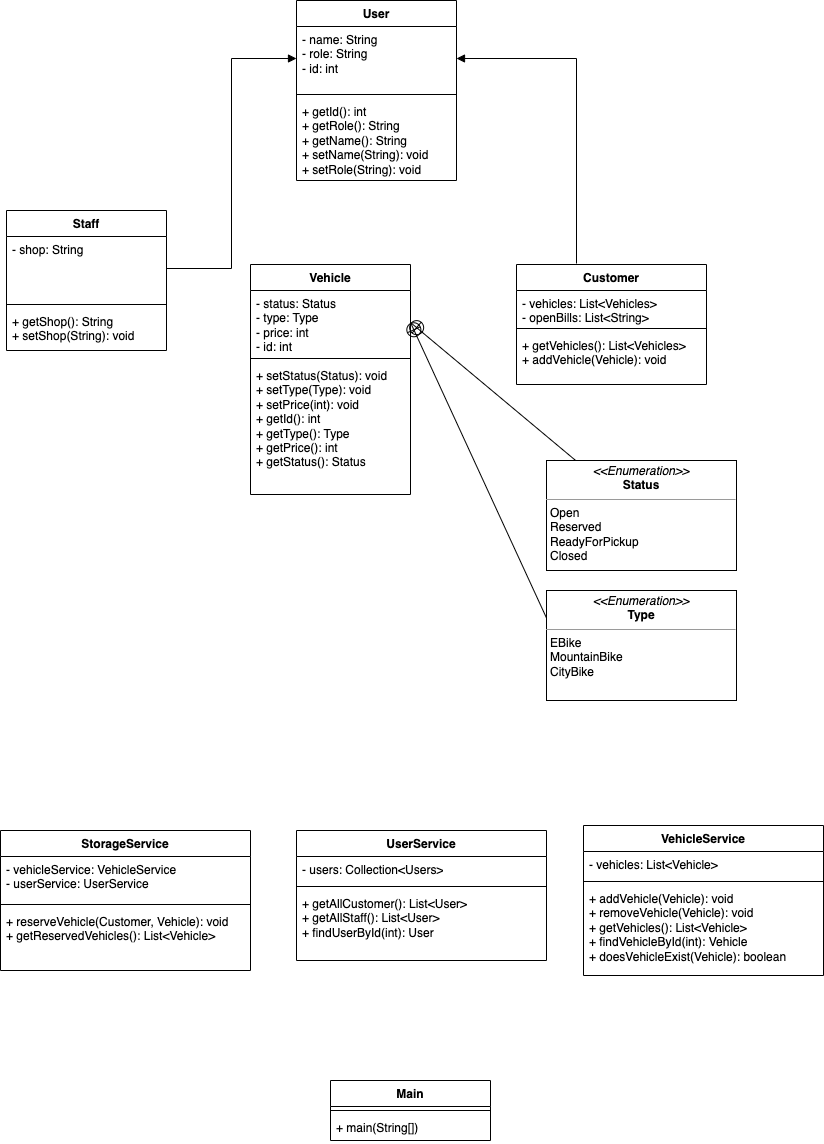
This is JuventusVeloShop.drawio.png from flaver12/Juventus_VeloShop, a draw.io export, as it was before one commit. Source tidied: cells renumbered, new cells last; positions are measured from the earlier drawing's top-left corner, leaving out a move shared by most shapes.
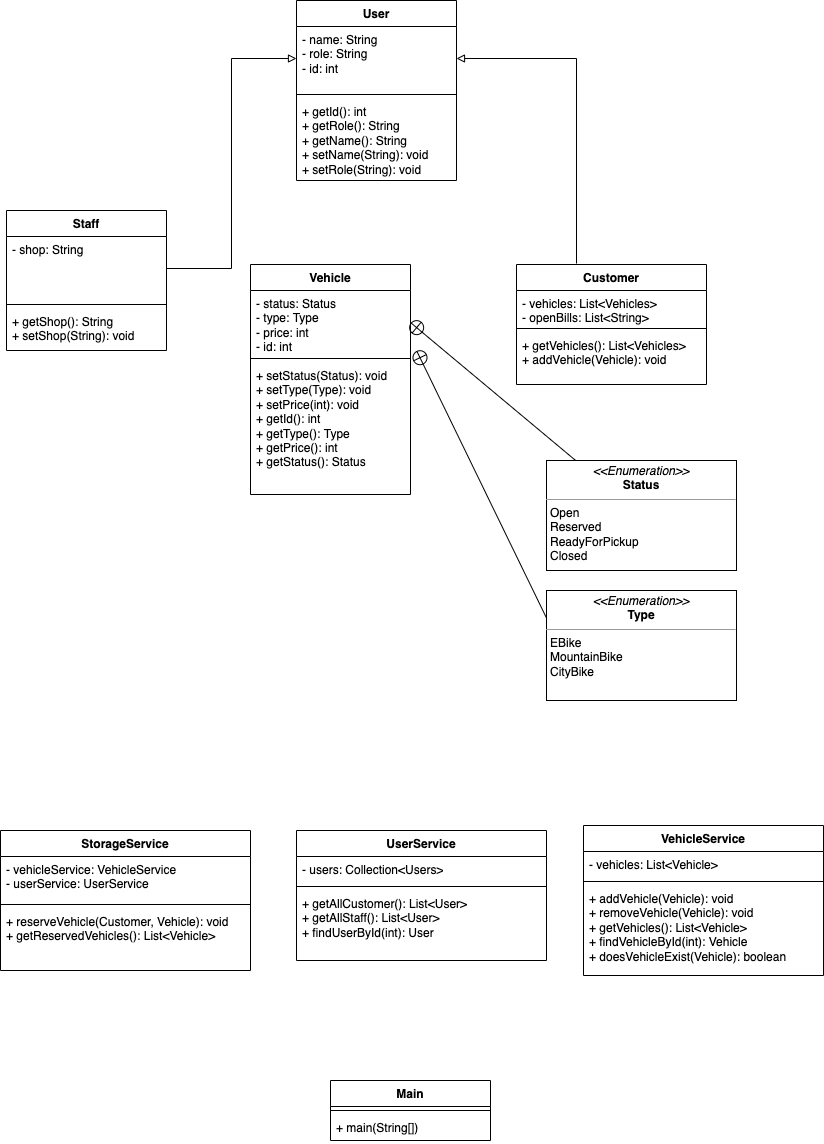
The same diagram one commit later.

What changed in the source:
```diff
@@ -26,10 +26,10 @@
     <mxCell id="9" value="+ getShop(): String&lt;br&gt;+ setShop(String): void" style="text;strokeColor=none;fillColor=none;align=left;verticalAlign=top;spacingLeft=4;spacingRight=4;overflow=hidden;whiteSpace=wrap;html=1;" parent="6" vertex="1">
       <mxGeometry y="98" width="160" height="42" as="geometry" />
     </mxCell>
-    <mxCell id="10" style="edgeStyle=orthogonalEdgeStyle;rounded=0;jettySize=auto;html=1;exitX=1;exitY=0.5;exitDx=0;exitDy=0;entryX=0;entryY=0.5;entryDx=0;entryDy=0;endArrow=block;endFill=1;" parent="1" edge="1" source="7" target="3">
+    <mxCell id="10" style="edgeStyle=orthogonalEdgeStyle;rounded=0;jettySize=auto;html=1;exitX=1;exitY=0.5;exitDx=0;exitDy=0;entryX=0;entryY=0.5;entryDx=0;entryDy=0;endArrow=block;endFill=0;" parent="1" edge="1" source="7" target="3">
       <mxGeometry relative="1" as="geometry" />
     </mxCell>
-    <mxCell id="11" style="edgeStyle=orthogonalEdgeStyle;rounded=0;jettySize=auto;html=1;exitX=0;exitY=0.5;exitDx=0;exitDy=0;entryX=1;entryY=0.5;entryDx=0;entryDy=0;endArrow=block;endFill=1;" parent="1" edge="1" target="3">
+    <mxCell id="11" style="edgeStyle=orthogonalEdgeStyle;rounded=0;jettySize=auto;html=1;exitX=0;exitY=0.5;exitDx=0;exitDy=0;entryX=1;entryY=0.5;entryDx=0;entryDy=0;endArrow=block;endFill=0;" parent="1" edge="1" target="3">
       <mxGeometry relative="1" as="geometry">
         <mxPoint x="576" y="263" as="sourcePoint" />
       </mxGeometry>
@@ -67,8 +67,10 @@
     <mxCell id="22" value="&lt;p style=&quot;margin:0px;margin-top:4px;text-align:center;&quot;&gt;&lt;i&gt;&amp;lt;&amp;lt;Enumeration&amp;gt;&amp;gt;&lt;/i&gt;&lt;br&gt;&lt;b&gt;Type&lt;/b&gt;&lt;/p&gt;&lt;hr size=&quot;1&quot;&gt;&lt;p style=&quot;margin:0px;margin-left:4px;&quot;&gt;EBike&lt;/p&gt;&lt;p style=&quot;margin:0px;margin-left:4px;&quot;&gt;MountainBike&lt;/p&gt;&lt;p style=&quot;margin:0px;margin-left:4px;&quot;&gt;CityBike&lt;/p&gt;" style="verticalAlign=top;align=left;overflow=fill;fontSize=12;fontFamily=Helvetica;html=1;whiteSpace=wrap;" parent="1" vertex="1">
       <mxGeometry x="546" y="590" width="190" height="110" as="geometry" />
     </mxCell>
-    <mxCell id="23" style="endArrow=none;startArrow=circlePlus;endFill=0;startFill=0;endSize=8;html=1;rounded=0;exitX=1;exitY=0.5;exitDx=0;exitDy=0;strokeColor=default;entryX=0;entryY=0.25;entryDx=0;entryDy=0;" parent="1" edge="1" source="17" target="22">
-      <mxGeometry relative="1" as="geometry" />
+    <mxCell id="23" style="endArrow=none;startArrow=circlePlus;endFill=0;startFill=0;endSize=8;html=1;rounded=0;strokeColor=default;entryX=0;entryY=0.25;entryDx=0;entryDy=0;" parent="1" edge="1" target="22">
+      <mxGeometry relative="1" as="geometry">
+        <mxPoint x="416" y="350" as="sourcePoint" />
+      </mxGeometry>
     </mxCell>
     <mxCell id="24" value="StorageService" style="swimlane;fontStyle=1;align=center;verticalAlign=top;horizontal=1;startSize=26;whiteSpace=wrap;html=1;" parent="1" vertex="1">
       <mxGeometry y="830" width="250" height="140" as="geometry" />
```
